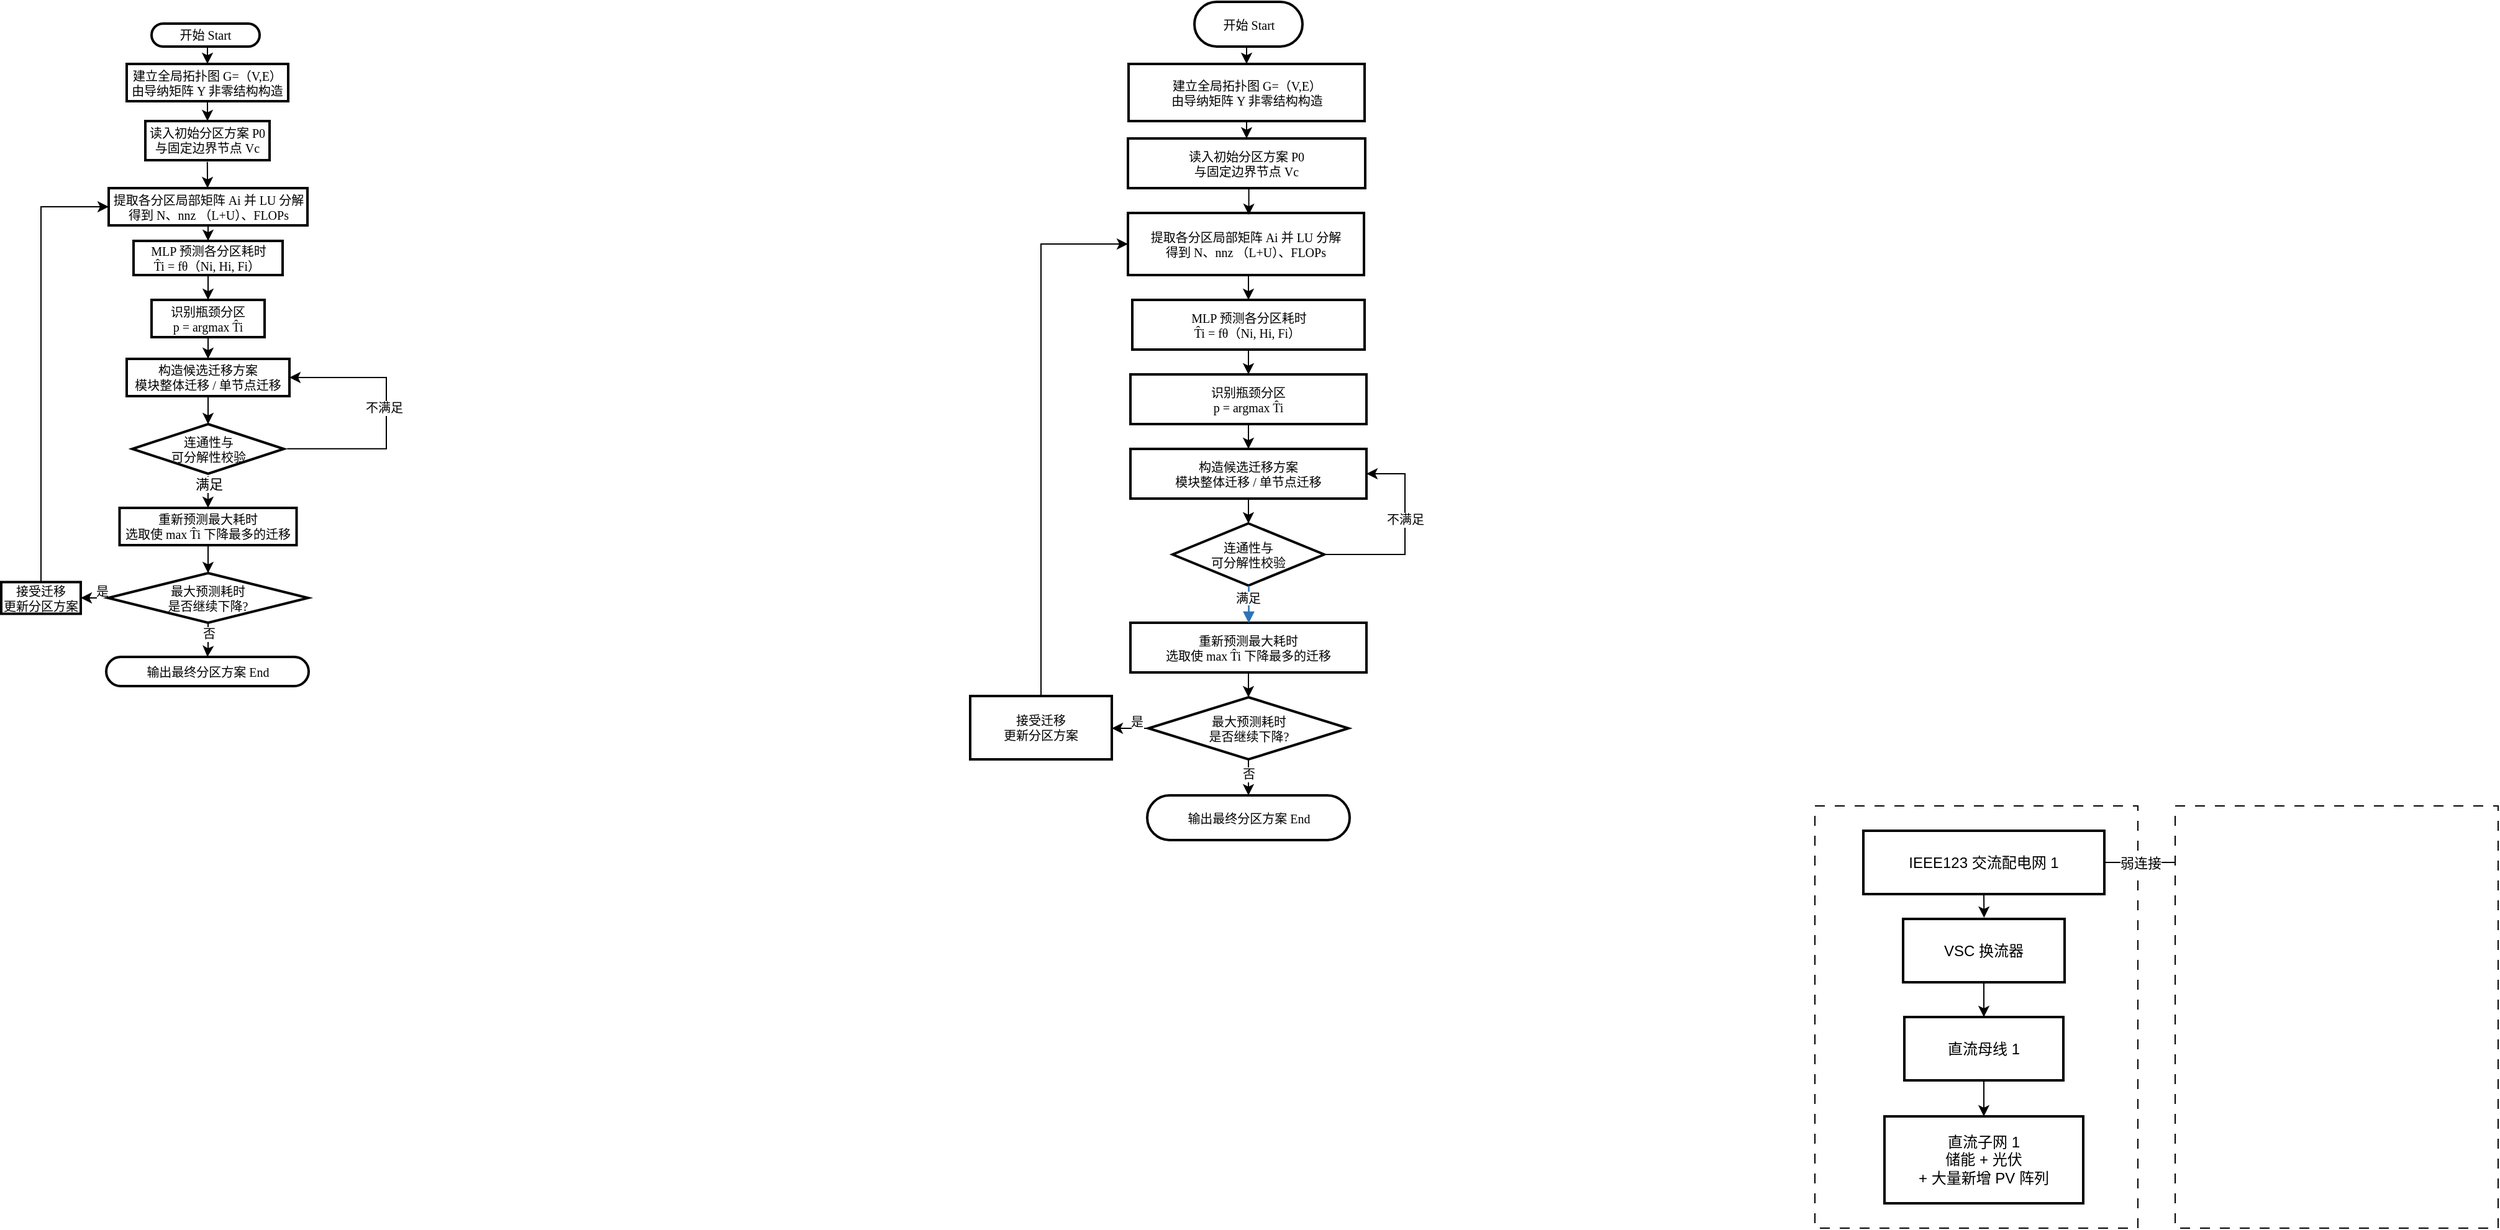
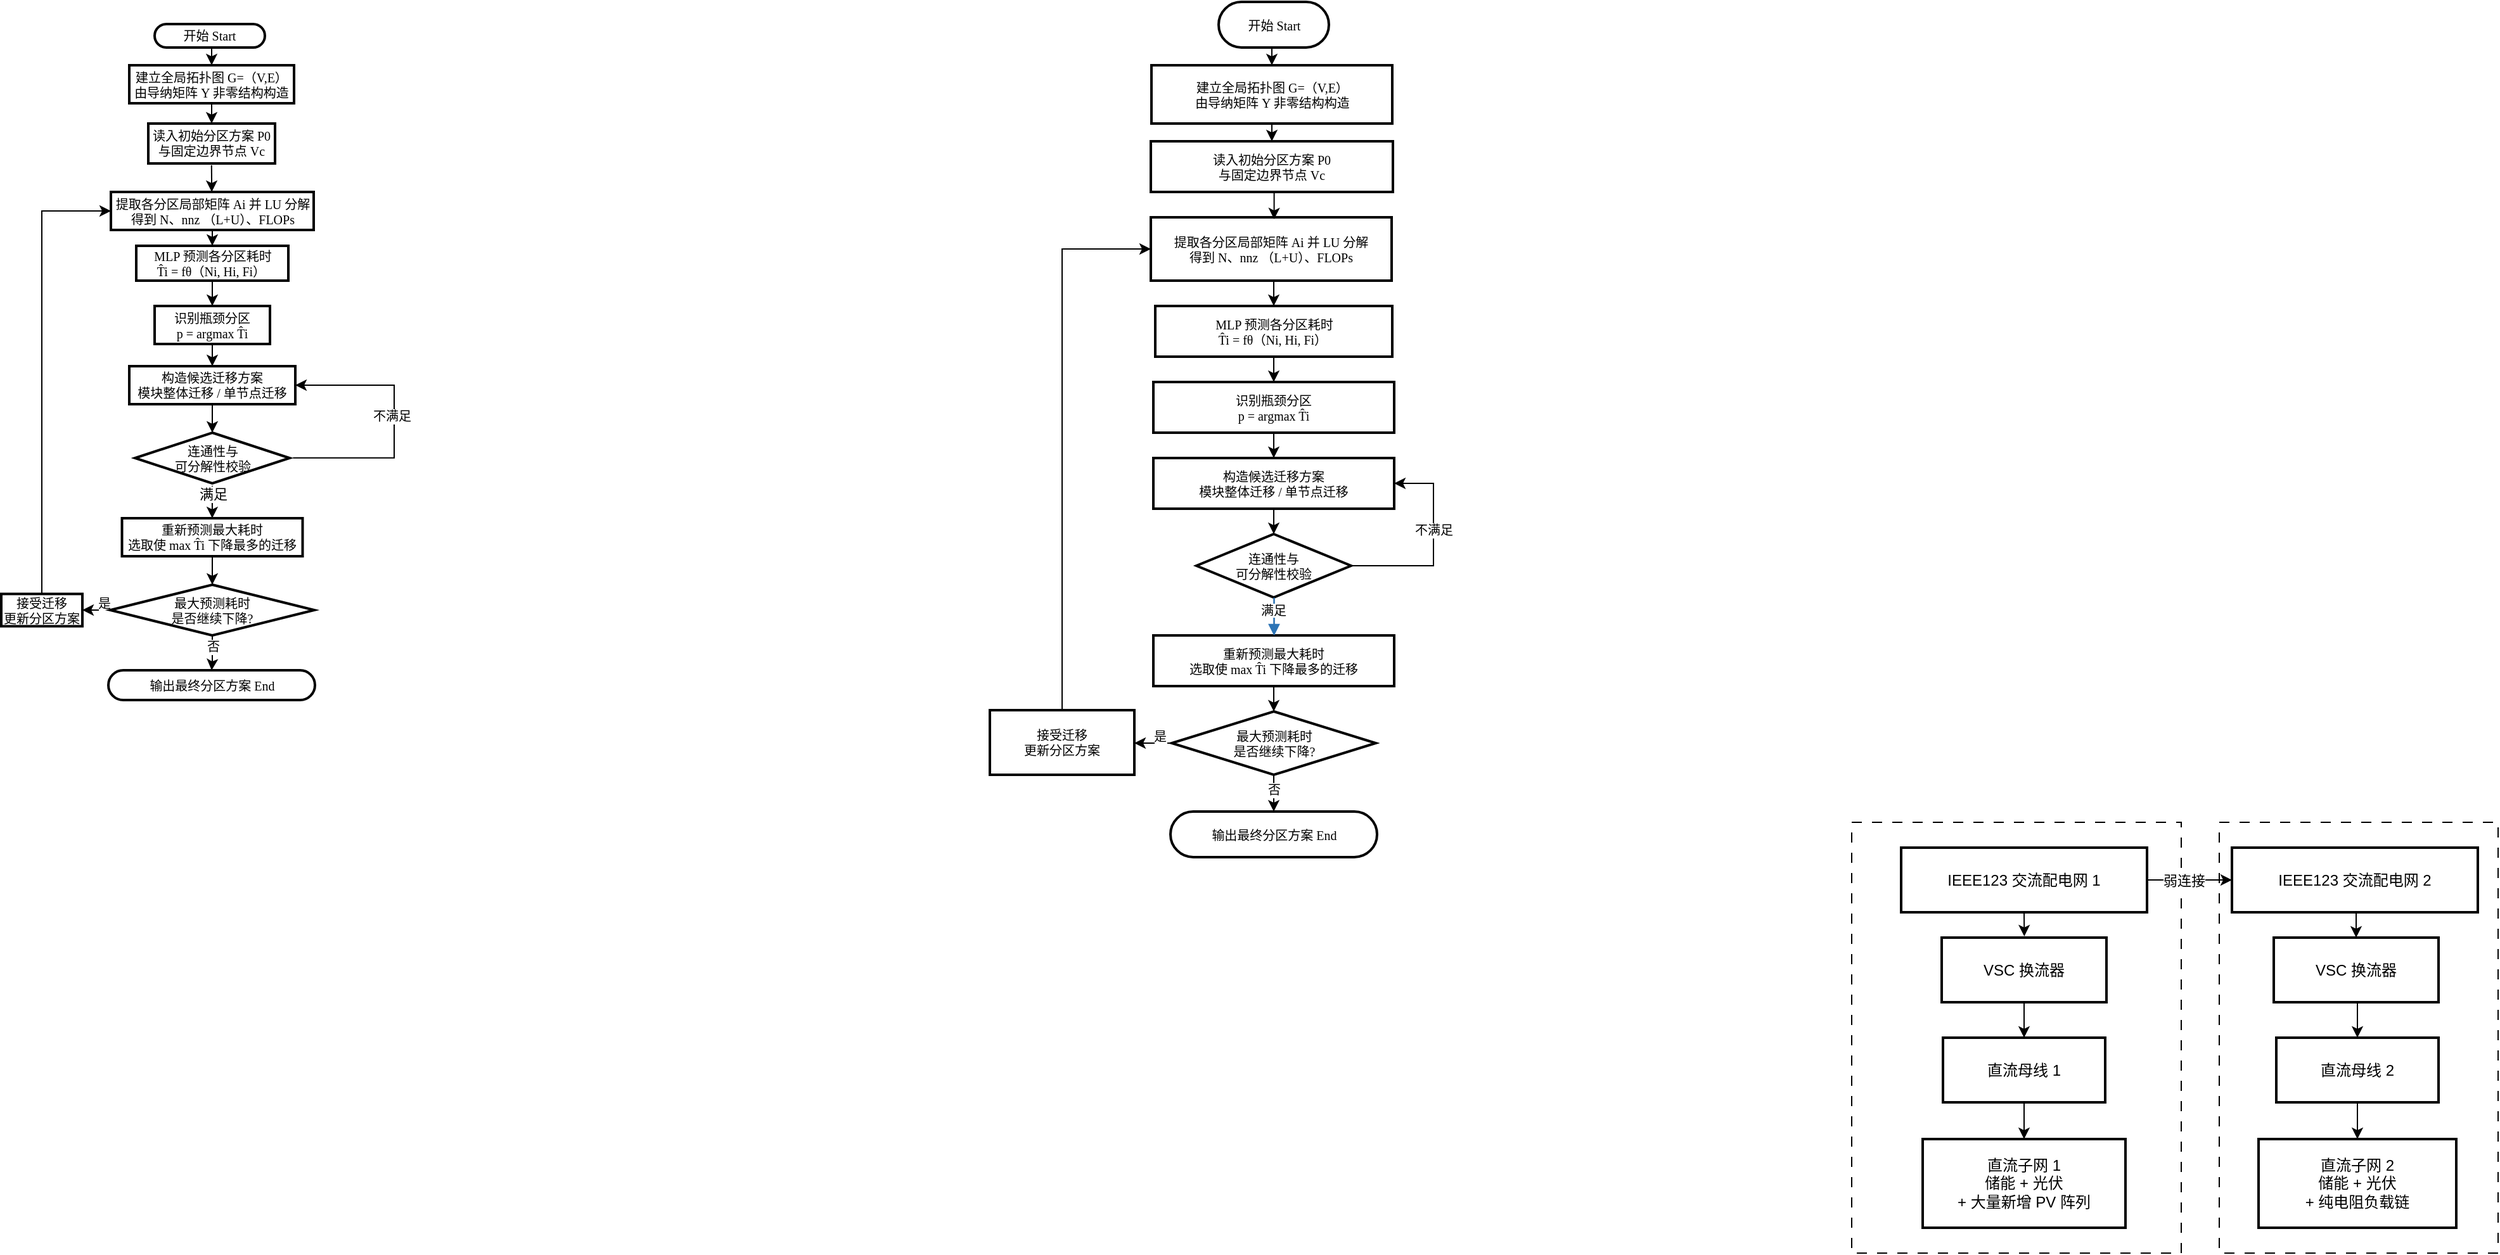
<mxfile host="app.diagrams.net">
  <diagram id="C5RBs43oDa-KdzZeNtuy" name="Page-1">
    <mxGraphModel dx="2480" dy="474" grid="1" gridSize="10" guides="1" tooltips="1" connect="1" arrows="0" fold="1" page="0" pageScale="1" pageWidth="827" pageHeight="1169" math="0" shadow="0">
      <root>
        <mxCell id="WIyWlLk6GJQsqaUBKTNV-0" />
        <mxCell id="WIyWlLk6GJQsqaUBKTNV-1" parent="WIyWlLk6GJQsqaUBKTNV-0" />
+         <mxCell id="Rnd2EKu7hbV3BZERFTsq-199" parent="WIyWlLk6GJQsqaUBKTNV-1" style="rounded=0;whiteSpace=wrap;html=1;dashed=1;dashPattern=8 8;" value="" vertex="1">
+           <mxGeometry height="340" width="220" x="320" y="950" as="geometry" />
+         </mxCell>
        <mxCell id="Rnd2EKu7hbV3BZERFTsq-198" parent="WIyWlLk6GJQsqaUBKTNV-1" style="rounded=0;whiteSpace=wrap;html=1;dashed=1;dashPattern=8 8;" value="" vertex="1">
          <mxGeometry height="340" width="260" x="30" y="950" as="geometry" />
        </mxCell>
        <mxCell id="Rnd2EKu7hbV3BZERFTsq-74" edge="1" parent="WIyWlLk6GJQsqaUBKTNV-1" source="Rnd2EKu7hbV3BZERFTsq-25" style="edgeStyle=orthogonalEdgeStyle;rounded=0;orthogonalLoop=1;jettySize=auto;html=1;exitX=0.5;exitY=1;exitDx=0;exitDy=0;entryX=0.5;entryY=0;entryDx=0;entryDy=0;fontSize=10;fontFamily=Times New Roman;labelBorderColor=none;" target="Rnd2EKu7hbV3BZERFTsq-26">
          <mxGeometry relative="1" as="geometry" />
        </mxCell>
        <mxCell id="Rnd2EKu7hbV3BZERFTsq-25" parent="WIyWlLk6GJQsqaUBKTNV-1" style="rounded=1;whiteSpace=wrap;arcSize=50;strokeWidth=2;fontFamily=Times New Roman;fillColor=none;fontSize=10;labelBorderColor=none;align=center;" value="开始 Start" vertex="1">
          <mxGeometry height="18.5" width="87" x="-1309" y="320" as="geometry" />
        </mxCell>
        <mxCell id="Rnd2EKu7hbV3BZERFTsq-77" edge="1" parent="WIyWlLk6GJQsqaUBKTNV-1" source="Rnd2EKu7hbV3BZERFTsq-26" style="edgeStyle=orthogonalEdgeStyle;rounded=0;orthogonalLoop=1;jettySize=auto;html=1;exitX=0.5;exitY=1;exitDx=0;exitDy=0;entryX=0.5;entryY=0;entryDx=0;entryDy=0;fontSize=10;fontFamily=Times New Roman;labelBorderColor=none;" target="Rnd2EKu7hbV3BZERFTsq-27">
          <mxGeometry relative="1" as="geometry" />
        </mxCell>
        <mxCell id="Rnd2EKu7hbV3BZERFTsq-26" parent="WIyWlLk6GJQsqaUBKTNV-1" style="whiteSpace=wrap;strokeWidth=2;fontFamily=Times New Roman;fontSize=10;labelBorderColor=none;align=center;" value="建立全局拓扑图 G=（V,E）&#xa;由导纳矩阵 Y 非零结构构造" vertex="1">
          <mxGeometry height="30" width="130" x="-1329" y="352.5" as="geometry" />
        </mxCell>
        <mxCell id="Rnd2EKu7hbV3BZERFTsq-27" parent="WIyWlLk6GJQsqaUBKTNV-1" style="whiteSpace=wrap;strokeWidth=2;fontFamily=Times New Roman;fontSize=10;labelBorderColor=none;align=center;" value="读入初始分区方案 P0&#xa;与固定边界节点 Vc" vertex="1">
          <mxGeometry height="31.5" width="100" x="-1314" y="398.5" as="geometry" />
        </mxCell>
        <mxCell id="Rnd2EKu7hbV3BZERFTsq-81" edge="1" parent="WIyWlLk6GJQsqaUBKTNV-1" source="Rnd2EKu7hbV3BZERFTsq-28" style="edgeStyle=orthogonalEdgeStyle;rounded=0;orthogonalLoop=1;jettySize=auto;html=1;exitX=0.5;exitY=1;exitDx=0;exitDy=0;entryX=0.5;entryY=0;entryDx=0;entryDy=0;fontSize=10;fontFamily=Times New Roman;labelBorderColor=none;" target="Rnd2EKu7hbV3BZERFTsq-29">
          <mxGeometry relative="1" as="geometry" />
        </mxCell>
        <mxCell id="Rnd2EKu7hbV3BZERFTsq-28" parent="WIyWlLk6GJQsqaUBKTNV-1" style="whiteSpace=wrap;strokeWidth=2;fontFamily=Times New Roman;fontSize=10;labelBorderColor=none;align=center;" value="提取各分区局部矩阵 Ai 并 LU 分解&#xa;得到 N、nnz （L+U）、FLOPs" vertex="1">
          <mxGeometry height="30" width="160" x="-1343.5" y="452.5" as="geometry" />
        </mxCell>
        <mxCell id="Rnd2EKu7hbV3BZERFTsq-53" edge="1" parent="WIyWlLk6GJQsqaUBKTNV-1" source="Rnd2EKu7hbV3BZERFTsq-29" style="edgeStyle=orthogonalEdgeStyle;rounded=0;orthogonalLoop=1;jettySize=auto;html=1;exitX=0.5;exitY=1;exitDx=0;exitDy=0;entryX=0.5;entryY=0;entryDx=0;entryDy=0;fontSize=10;fontFamily=Times New Roman;labelBorderColor=none;" target="Rnd2EKu7hbV3BZERFTsq-30">
          <mxGeometry relative="1" as="geometry" />
        </mxCell>
        <mxCell id="Rnd2EKu7hbV3BZERFTsq-29" parent="WIyWlLk6GJQsqaUBKTNV-1" style="whiteSpace=wrap;strokeWidth=2;fontFamily=Times New Roman;fontSize=10;labelBorderColor=none;align=center;" value="MLP 预测各分区耗时&#xa;T̂i = fθ（Ni, Hi, Fi） " vertex="1">
          <mxGeometry height="27.5" width="120" x="-1323.5" y="495" as="geometry" />
        </mxCell>
        <mxCell id="Rnd2EKu7hbV3BZERFTsq-60" edge="1" parent="WIyWlLk6GJQsqaUBKTNV-1" source="Rnd2EKu7hbV3BZERFTsq-30" style="edgeStyle=orthogonalEdgeStyle;rounded=0;orthogonalLoop=1;jettySize=auto;html=1;exitX=0.5;exitY=1;exitDx=0;exitDy=0;entryX=0.5;entryY=0;entryDx=0;entryDy=0;fontSize=10;fontFamily=Times New Roman;labelBorderColor=none;" target="Rnd2EKu7hbV3BZERFTsq-31">
          <mxGeometry relative="1" as="geometry" />
        </mxCell>
        <mxCell id="Rnd2EKu7hbV3BZERFTsq-30" parent="WIyWlLk6GJQsqaUBKTNV-1" style="whiteSpace=wrap;strokeWidth=2;fontFamily=Times New Roman;fontSize=10;labelBorderColor=none;align=center;" value="识别瓶颈分区&#xa;p = argmax T̂i" vertex="1">
          <mxGeometry height="30" width="91" x="-1309" y="542.5" as="geometry" />
        </mxCell>
        <mxCell id="Rnd2EKu7hbV3BZERFTsq-83" edge="1" parent="WIyWlLk6GJQsqaUBKTNV-1" source="Rnd2EKu7hbV3BZERFTsq-31" style="edgeStyle=orthogonalEdgeStyle;rounded=0;orthogonalLoop=1;jettySize=auto;html=1;exitX=0.5;exitY=1;exitDx=0;exitDy=0;entryX=0.5;entryY=0;entryDx=0;entryDy=0;fontSize=10;fontFamily=Times New Roman;labelBorderColor=none;" target="Rnd2EKu7hbV3BZERFTsq-32">
          <mxGeometry relative="1" as="geometry" />
        </mxCell>
        <mxCell id="Rnd2EKu7hbV3BZERFTsq-31" parent="WIyWlLk6GJQsqaUBKTNV-1" style="whiteSpace=wrap;strokeWidth=2;fontFamily=Times New Roman;fontSize=10;labelBorderColor=none;align=center;" value="构造候选迁移方案&#xa;模块整体迁移 / 单节点迁移" vertex="1">
          <mxGeometry height="30" width="131" x="-1329" y="590" as="geometry" />
        </mxCell>
        <mxCell id="Rnd2EKu7hbV3BZERFTsq-62" edge="1" parent="WIyWlLk6GJQsqaUBKTNV-1" source="Rnd2EKu7hbV3BZERFTsq-32" style="edgeStyle=orthogonalEdgeStyle;rounded=0;orthogonalLoop=1;jettySize=auto;html=1;exitX=1.022;exitY=0.498;exitDx=0;exitDy=0;entryX=1;entryY=0.5;entryDx=0;entryDy=0;fontSize=10;fontFamily=Times New Roman;labelBorderColor=none;exitPerimeter=0;" target="Rnd2EKu7hbV3BZERFTsq-31">
          <mxGeometry relative="1" as="geometry">
            <Array as="points">
              <mxPoint x="-1120" y="662" />
              <mxPoint x="-1120" y="605" />
            </Array>
            <mxPoint x="-1198.982" y="662.5" as="sourcePoint" />
            <mxPoint x="-1196.8" y="613.6" as="targetPoint" />
          </mxGeometry>
        </mxCell>
        <mxCell id="Rnd2EKu7hbV3BZERFTsq-63" connectable="0" parent="Rnd2EKu7hbV3BZERFTsq-62" style="edgeLabel;html=1;align=center;verticalAlign=middle;resizable=0;points=[];fontSize=10;fontFamily=Times New Roman;labelBorderColor=none;" value="不满足" vertex="1">
          <mxGeometry relative="1" x="0.1893" y="-3" as="geometry">
            <mxPoint x="-5" y="15" as="offset" />
          </mxGeometry>
        </mxCell>
        <mxCell id="Rnd2EKu7hbV3BZERFTsq-32" parent="WIyWlLk6GJQsqaUBKTNV-1" style="rhombus;strokeWidth=2;whiteSpace=wrap;fontFamily=Times New Roman;fontSize=10;labelBorderColor=none;align=center;" value="连通性与&#xa;可分解性校验" vertex="1">
          <mxGeometry height="40" width="122" x="-1324.5" y="642.5" as="geometry" />
        </mxCell>
        <mxCell id="Rnd2EKu7hbV3BZERFTsq-85" edge="1" parent="WIyWlLk6GJQsqaUBKTNV-1" source="Rnd2EKu7hbV3BZERFTsq-33" style="edgeStyle=orthogonalEdgeStyle;rounded=0;orthogonalLoop=1;jettySize=auto;html=1;exitX=0.5;exitY=1;exitDx=0;exitDy=0;entryX=0.5;entryY=0;entryDx=0;entryDy=0;fontSize=10;fontFamily=Times New Roman;labelBorderColor=none;" target="Rnd2EKu7hbV3BZERFTsq-34">
          <mxGeometry relative="1" as="geometry" />
        </mxCell>
        <mxCell id="Rnd2EKu7hbV3BZERFTsq-33" parent="WIyWlLk6GJQsqaUBKTNV-1" style="whiteSpace=wrap;strokeWidth=2;fontFamily=Times New Roman;fontSize=10;labelBorderColor=none;align=center;" value="重新预测最大耗时&#xa;选取使 max T̂i 下降最多的迁移" vertex="1">
          <mxGeometry height="30" width="142.5" x="-1334.75" y="710" as="geometry" />
        </mxCell>
        <mxCell id="Rnd2EKu7hbV3BZERFTsq-57" edge="1" parent="WIyWlLk6GJQsqaUBKTNV-1" source="Rnd2EKu7hbV3BZERFTsq-34" style="edgeStyle=orthogonalEdgeStyle;rounded=0;orthogonalLoop=1;jettySize=auto;html=1;exitX=0.5;exitY=1;exitDx=0;exitDy=0;fontSize=10;fontFamily=Times New Roman;labelBorderColor=none;" target="Rnd2EKu7hbV3BZERFTsq-36">
          <mxGeometry relative="1" as="geometry" />
        </mxCell>
        <mxCell id="Rnd2EKu7hbV3BZERFTsq-65" connectable="0" parent="Rnd2EKu7hbV3BZERFTsq-57" style="edgeLabel;html=1;align=center;verticalAlign=middle;resizable=0;points=[];fontSize=10;fontFamily=Times New Roman;labelBorderColor=none;" value="否" vertex="1">
          <mxGeometry relative="1" x="-0.5098" y="-1" as="geometry">
            <mxPoint x="1" y="1" as="offset" />
          </mxGeometry>
        </mxCell>
        <mxCell id="Rnd2EKu7hbV3BZERFTsq-66" edge="1" parent="WIyWlLk6GJQsqaUBKTNV-1" source="Rnd2EKu7hbV3BZERFTsq-34" style="edgeStyle=orthogonalEdgeStyle;rounded=0;orthogonalLoop=1;jettySize=auto;html=1;exitX=0;exitY=0.5;exitDx=0;exitDy=0;entryX=1;entryY=0.5;entryDx=0;entryDy=0;fontSize=10;fontFamily=Times New Roman;labelBorderColor=none;" target="Rnd2EKu7hbV3BZERFTsq-35">
          <mxGeometry relative="1" as="geometry" />
        </mxCell>
        <mxCell id="Rnd2EKu7hbV3BZERFTsq-67" connectable="0" parent="Rnd2EKu7hbV3BZERFTsq-66" style="edgeLabel;html=1;align=center;verticalAlign=middle;resizable=0;points=[];fontSize=10;fontFamily=Times New Roman;labelBorderColor=none;" value="是" vertex="1">
          <mxGeometry relative="1" x="0.0617" y="-6" as="geometry">
            <mxPoint x="6" as="offset" />
          </mxGeometry>
        </mxCell>
        <mxCell id="Rnd2EKu7hbV3BZERFTsq-34" parent="WIyWlLk6GJQsqaUBKTNV-1" style="rhombus;strokeWidth=2;whiteSpace=wrap;fontFamily=Times New Roman;fontSize=10;labelBorderColor=none;align=center;" value="最大预测耗时&#xa;是否继续下降?" vertex="1">
          <mxGeometry height="40" width="161" x="-1344" y="762.5" as="geometry" />
        </mxCell>
        <mxCell id="Rnd2EKu7hbV3BZERFTsq-70" edge="1" parent="WIyWlLk6GJQsqaUBKTNV-1" source="Rnd2EKu7hbV3BZERFTsq-35" style="edgeStyle=orthogonalEdgeStyle;rounded=0;orthogonalLoop=1;jettySize=auto;html=1;exitX=0.5;exitY=0;exitDx=0;exitDy=0;entryX=0;entryY=0.5;entryDx=0;entryDy=0;fontSize=10;fontFamily=Times New Roman;labelBorderColor=none;" target="Rnd2EKu7hbV3BZERFTsq-28">
          <mxGeometry relative="1" as="geometry" />
        </mxCell>
        <mxCell id="Rnd2EKu7hbV3BZERFTsq-35" parent="WIyWlLk6GJQsqaUBKTNV-1" style="whiteSpace=wrap;strokeWidth=2;fontFamily=Times New Roman;fontSize=10;labelBorderColor=none;" value="接受迁移&#xa;更新分区方案" vertex="1">
          <mxGeometry height="25.5" width="64" x="-1430" y="769.75" as="geometry" />
        </mxCell>
        <mxCell id="Rnd2EKu7hbV3BZERFTsq-36" parent="WIyWlLk6GJQsqaUBKTNV-1" style="rounded=1;whiteSpace=wrap;arcSize=50;strokeWidth=2;fontFamily=Times New Roman;fontSize=10;labelBorderColor=none;align=center;" value="输出最终分区方案 End" vertex="1">
          <mxGeometry height="23.5" width="163" x="-1345.5" y="830" as="geometry" />
        </mxCell>
        <mxCell id="Rnd2EKu7hbV3BZERFTsq-69" edge="1" parent="WIyWlLk6GJQsqaUBKTNV-1" source="Rnd2EKu7hbV3BZERFTsq-32" style="edgeStyle=orthogonalEdgeStyle;rounded=0;orthogonalLoop=1;jettySize=auto;html=1;exitX=0.5;exitY=1;exitDx=0;exitDy=0;fontSize=10;fontFamily=Times New Roman;labelBorderColor=none;" target="Rnd2EKu7hbV3BZERFTsq-32">
          <mxGeometry relative="1" as="geometry" />
        </mxCell>
        <mxCell id="Rnd2EKu7hbV3BZERFTsq-123" edge="1" parent="WIyWlLk6GJQsqaUBKTNV-1" source="Rnd2EKu7hbV3BZERFTsq-124" style="edgeStyle=orthogonalEdgeStyle;rounded=0;orthogonalLoop=1;jettySize=auto;html=1;exitX=0.5;exitY=1;exitDx=0;exitDy=0;entryX=0.5;entryY=0;entryDx=0;entryDy=0;fontSize=10;fontFamily=Times New Roman;labelBorderColor=none;" target="Rnd2EKu7hbV3BZERFTsq-126">
          <mxGeometry relative="1" as="geometry" />
        </mxCell>
        <mxCell id="Rnd2EKu7hbV3BZERFTsq-124" parent="WIyWlLk6GJQsqaUBKTNV-1" style="rounded=1;whiteSpace=wrap;arcSize=50;strokeWidth=2;fontFamily=Times New Roman;fillColor=none;fontSize=10;labelBorderColor=none;" value="开始 Start" vertex="1">
          <mxGeometry height="36" width="87" x="-469.5" y="302.5" as="geometry" />
        </mxCell>
        <mxCell id="Rnd2EKu7hbV3BZERFTsq-125" edge="1" parent="WIyWlLk6GJQsqaUBKTNV-1" source="Rnd2EKu7hbV3BZERFTsq-126" style="edgeStyle=orthogonalEdgeStyle;rounded=0;orthogonalLoop=1;jettySize=auto;html=1;exitX=0.5;exitY=1;exitDx=0;exitDy=0;entryX=0.5;entryY=0;entryDx=0;entryDy=0;fontSize=10;fontFamily=Times New Roman;labelBorderColor=none;" target="Rnd2EKu7hbV3BZERFTsq-127">
          <mxGeometry relative="1" as="geometry" />
        </mxCell>
        <mxCell id="Rnd2EKu7hbV3BZERFTsq-126" parent="WIyWlLk6GJQsqaUBKTNV-1" style="whiteSpace=wrap;strokeWidth=2;fontFamily=Times New Roman;fontSize=10;labelBorderColor=none;" value="建立全局拓扑图 G=（V,E）&#xa;由导纳矩阵 Y 非零结构构造" vertex="1">
          <mxGeometry height="46" width="190" x="-522.5" y="352.5" as="geometry" />
        </mxCell>
        <mxCell id="Rnd2EKu7hbV3BZERFTsq-127" parent="WIyWlLk6GJQsqaUBKTNV-1" style="whiteSpace=wrap;strokeWidth=2;fontFamily=Times New Roman;fontSize=10;labelBorderColor=none;" value="读入初始分区方案 P0&#xa;与固定边界节点 Vc" vertex="1">
          <mxGeometry height="40" width="191" x="-523" y="412.5" as="geometry" />
        </mxCell>
        <mxCell id="Rnd2EKu7hbV3BZERFTsq-128" edge="1" parent="WIyWlLk6GJQsqaUBKTNV-1" source="Rnd2EKu7hbV3BZERFTsq-129" style="edgeStyle=orthogonalEdgeStyle;rounded=0;orthogonalLoop=1;jettySize=auto;html=1;exitX=0.5;exitY=1;exitDx=0;exitDy=0;entryX=0.5;entryY=0;entryDx=0;entryDy=0;fontSize=10;fontFamily=Times New Roman;labelBorderColor=none;" target="Rnd2EKu7hbV3BZERFTsq-131">
          <mxGeometry relative="1" as="geometry" />
        </mxCell>
        <mxCell id="Rnd2EKu7hbV3BZERFTsq-129" parent="WIyWlLk6GJQsqaUBKTNV-1" style="whiteSpace=wrap;strokeWidth=2;fontFamily=Times New Roman;fontSize=10;labelBorderColor=none;" value="提取各分区局部矩阵 Ai 并 LU 分解&#xa;得到 N、nnz （L+U）、FLOPs" vertex="1">
          <mxGeometry height="50" width="190" x="-523" y="472.5" as="geometry" />
        </mxCell>
        <mxCell id="Rnd2EKu7hbV3BZERFTsq-130" edge="1" parent="WIyWlLk6GJQsqaUBKTNV-1" source="Rnd2EKu7hbV3BZERFTsq-131" style="edgeStyle=orthogonalEdgeStyle;rounded=0;orthogonalLoop=1;jettySize=auto;html=1;exitX=0.5;exitY=1;exitDx=0;exitDy=0;entryX=0.5;entryY=0;entryDx=0;entryDy=0;fontSize=10;fontFamily=Times New Roman;labelBorderColor=none;" target="Rnd2EKu7hbV3BZERFTsq-133">
          <mxGeometry relative="1" as="geometry" />
        </mxCell>
        <mxCell id="Rnd2EKu7hbV3BZERFTsq-131" parent="WIyWlLk6GJQsqaUBKTNV-1" style="whiteSpace=wrap;strokeWidth=2;fontFamily=Times New Roman;fontSize=10;labelBorderColor=none;" value="MLP 预测各分区耗时&#xa;T̂i = fθ（Ni, Hi, Fi） " vertex="1">
          <mxGeometry height="40" width="187" x="-519.5" y="542.5" as="geometry" />
        </mxCell>
        <mxCell id="Rnd2EKu7hbV3BZERFTsq-132" edge="1" parent="WIyWlLk6GJQsqaUBKTNV-1" source="Rnd2EKu7hbV3BZERFTsq-133" style="edgeStyle=orthogonalEdgeStyle;rounded=0;orthogonalLoop=1;jettySize=auto;html=1;exitX=0.5;exitY=1;exitDx=0;exitDy=0;entryX=0.5;entryY=0;entryDx=0;entryDy=0;fontSize=10;fontFamily=Times New Roman;labelBorderColor=none;" target="Rnd2EKu7hbV3BZERFTsq-135">
          <mxGeometry relative="1" as="geometry" />
        </mxCell>
        <mxCell id="Rnd2EKu7hbV3BZERFTsq-133" parent="WIyWlLk6GJQsqaUBKTNV-1" style="whiteSpace=wrap;strokeWidth=2;fontFamily=Times New Roman;fontSize=10;labelBorderColor=none;" value="识别瓶颈分区&#xa;p = argmax T̂i" vertex="1">
          <mxGeometry height="40" width="190" x="-521" y="602.5" as="geometry" />
        </mxCell>
        <mxCell id="Rnd2EKu7hbV3BZERFTsq-134" edge="1" parent="WIyWlLk6GJQsqaUBKTNV-1" source="Rnd2EKu7hbV3BZERFTsq-135" style="edgeStyle=orthogonalEdgeStyle;rounded=0;orthogonalLoop=1;jettySize=auto;html=1;exitX=0.5;exitY=1;exitDx=0;exitDy=0;entryX=0.5;entryY=0;entryDx=0;entryDy=0;fontSize=10;fontFamily=Times New Roman;labelBorderColor=none;" target="Rnd2EKu7hbV3BZERFTsq-138">
          <mxGeometry relative="1" as="geometry" />
        </mxCell>
        <mxCell id="Rnd2EKu7hbV3BZERFTsq-135" parent="WIyWlLk6GJQsqaUBKTNV-1" style="whiteSpace=wrap;strokeWidth=2;fontFamily=Times New Roman;fontSize=10;labelBorderColor=none;" value="构造候选迁移方案&#xa;模块整体迁移 / 单节点迁移" vertex="1">
          <mxGeometry height="40" width="190" x="-521" y="662.5" as="geometry" />
        </mxCell>
        <mxCell id="Rnd2EKu7hbV3BZERFTsq-136" edge="1" parent="WIyWlLk6GJQsqaUBKTNV-1" source="Rnd2EKu7hbV3BZERFTsq-138" style="edgeStyle=orthogonalEdgeStyle;rounded=0;orthogonalLoop=1;jettySize=auto;html=1;exitX=1;exitY=0.5;exitDx=0;exitDy=0;entryX=1;entryY=0.5;entryDx=0;entryDy=0;fontSize=10;fontFamily=Times New Roman;labelBorderColor=none;" target="Rnd2EKu7hbV3BZERFTsq-135">
          <mxGeometry relative="1" as="geometry">
            <Array as="points">
              <mxPoint x="-300" y="747.5" />
              <mxPoint x="-300" y="682.5" />
            </Array>
          </mxGeometry>
        </mxCell>
        <mxCell id="Rnd2EKu7hbV3BZERFTsq-137" connectable="0" parent="Rnd2EKu7hbV3BZERFTsq-136" style="edgeLabel;html=1;align=center;verticalAlign=middle;resizable=0;points=[];fontSize=10;fontFamily=Times New Roman;labelBorderColor=none;" value="不满足" vertex="1">
          <mxGeometry relative="1" x="0.1893" y="-3" as="geometry">
            <mxPoint x="-3" y="2" as="offset" />
          </mxGeometry>
        </mxCell>
        <mxCell id="Rnd2EKu7hbV3BZERFTsq-138" parent="WIyWlLk6GJQsqaUBKTNV-1" style="rhombus;strokeWidth=2;whiteSpace=wrap;fontFamily=Times New Roman;fontSize=10;labelBorderColor=none;" value="连通性与&#xa;可分解性校验" vertex="1">
          <mxGeometry height="50" width="122" x="-487" y="722.5" as="geometry" />
        </mxCell>
        <mxCell id="Rnd2EKu7hbV3BZERFTsq-139" edge="1" parent="WIyWlLk6GJQsqaUBKTNV-1" source="Rnd2EKu7hbV3BZERFTsq-140" style="edgeStyle=orthogonalEdgeStyle;rounded=0;orthogonalLoop=1;jettySize=auto;html=1;exitX=0.5;exitY=1;exitDx=0;exitDy=0;entryX=0.5;entryY=0;entryDx=0;entryDy=0;fontSize=10;fontFamily=Times New Roman;labelBorderColor=none;" target="Rnd2EKu7hbV3BZERFTsq-145">
          <mxGeometry relative="1" as="geometry" />
        </mxCell>
        <mxCell id="Rnd2EKu7hbV3BZERFTsq-140" parent="WIyWlLk6GJQsqaUBKTNV-1" style="whiteSpace=wrap;strokeWidth=2;fontFamily=Times New Roman;fontSize=10;labelBorderColor=none;" value="重新预测最大耗时&#xa;选取使 max T̂i 下降最多的迁移" vertex="1">
          <mxGeometry height="40" width="190" x="-521" y="802.5" as="geometry" />
        </mxCell>
        <mxCell id="Rnd2EKu7hbV3BZERFTsq-141" edge="1" parent="WIyWlLk6GJQsqaUBKTNV-1" source="Rnd2EKu7hbV3BZERFTsq-145" style="edgeStyle=orthogonalEdgeStyle;rounded=0;orthogonalLoop=1;jettySize=auto;html=1;exitX=0.5;exitY=1;exitDx=0;exitDy=0;fontSize=10;fontFamily=Times New Roman;labelBorderColor=none;" target="Rnd2EKu7hbV3BZERFTsq-148">
          <mxGeometry relative="1" as="geometry" />
        </mxCell>
        <mxCell id="Rnd2EKu7hbV3BZERFTsq-142" connectable="0" parent="Rnd2EKu7hbV3BZERFTsq-141" style="edgeLabel;html=1;align=center;verticalAlign=middle;resizable=0;points=[];fontSize=10;fontFamily=Times New Roman;labelBorderColor=none;" value="否" vertex="1">
          <mxGeometry relative="1" x="-0.5098" y="-1" as="geometry">
            <mxPoint x="1" y="-1" as="offset" />
          </mxGeometry>
        </mxCell>
        <mxCell id="Rnd2EKu7hbV3BZERFTsq-143" edge="1" parent="WIyWlLk6GJQsqaUBKTNV-1" source="Rnd2EKu7hbV3BZERFTsq-145" style="edgeStyle=orthogonalEdgeStyle;rounded=0;orthogonalLoop=1;jettySize=auto;html=1;exitX=0;exitY=0.5;exitDx=0;exitDy=0;entryX=1;entryY=0.5;entryDx=0;entryDy=0;fontSize=10;fontFamily=Times New Roman;labelBorderColor=none;" target="Rnd2EKu7hbV3BZERFTsq-147">
          <mxGeometry relative="1" as="geometry" />
        </mxCell>
        <mxCell id="Rnd2EKu7hbV3BZERFTsq-144" connectable="0" parent="Rnd2EKu7hbV3BZERFTsq-143" style="edgeLabel;html=1;align=center;verticalAlign=middle;resizable=0;points=[];fontSize=10;fontFamily=Times New Roman;labelBorderColor=none;" value="是" vertex="1">
          <mxGeometry relative="1" x="0.0617" y="-6" as="geometry">
            <mxPoint x="6" as="offset" />
          </mxGeometry>
        </mxCell>
        <mxCell id="Rnd2EKu7hbV3BZERFTsq-145" parent="WIyWlLk6GJQsqaUBKTNV-1" style="rhombus;strokeWidth=2;whiteSpace=wrap;fontFamily=Times New Roman;fontSize=10;labelBorderColor=none;" value="最大预测耗时&#xa;是否继续下降?" vertex="1">
          <mxGeometry height="50" width="161" x="-506.5" y="862.5" as="geometry" />
        </mxCell>
        <mxCell id="Rnd2EKu7hbV3BZERFTsq-146" edge="1" parent="WIyWlLk6GJQsqaUBKTNV-1" source="Rnd2EKu7hbV3BZERFTsq-147" style="edgeStyle=orthogonalEdgeStyle;rounded=0;orthogonalLoop=1;jettySize=auto;html=1;exitX=0.5;exitY=0;exitDx=0;exitDy=0;entryX=0;entryY=0.5;entryDx=0;entryDy=0;fontSize=10;fontFamily=Times New Roman;labelBorderColor=none;" target="Rnd2EKu7hbV3BZERFTsq-129">
          <mxGeometry relative="1" as="geometry" />
        </mxCell>
        <mxCell id="Rnd2EKu7hbV3BZERFTsq-147" parent="WIyWlLk6GJQsqaUBKTNV-1" style="whiteSpace=wrap;strokeWidth=2;fontFamily=Times New Roman;fontSize=10;labelBorderColor=none;" value="接受迁移&#xa;更新分区方案" vertex="1">
          <mxGeometry height="51" width="114" x="-650" y="861.5" as="geometry" />
        </mxCell>
        <mxCell id="Rnd2EKu7hbV3BZERFTsq-148" parent="WIyWlLk6GJQsqaUBKTNV-1" style="rounded=1;whiteSpace=wrap;arcSize=50;strokeWidth=2;fontFamily=Times New Roman;fontSize=10;labelBorderColor=none;" value="输出最终分区方案 End" vertex="1">
          <mxGeometry height="36" width="163" x="-507.5" y="941.5" as="geometry" />
        </mxCell>
        <mxCell id="Rnd2EKu7hbV3BZERFTsq-149" edge="1" parent="WIyWlLk6GJQsqaUBKTNV-1" source="Rnd2EKu7hbV3BZERFTsq-138" style="curved=1;startArrow=none;endArrow=block;strokeColor=#2E75B6;strokeWidth=1.3;;exitX=0.5;exitY=1;entryX=0.5;entryY=0;rounded=0;fontFamily=Times New Roman;fontSize=10;labelBorderColor=none;" target="Rnd2EKu7hbV3BZERFTsq-140" value="满足">
          <mxGeometry relative="1" x="-0.3335" as="geometry">
            <mxPoint as="offset" />
            <Array as="points" />
          </mxGeometry>
        </mxCell>
        <mxCell id="Rnd2EKu7hbV3BZERFTsq-150" edge="1" parent="WIyWlLk6GJQsqaUBKTNV-1" source="Rnd2EKu7hbV3BZERFTsq-138" style="edgeStyle=orthogonalEdgeStyle;rounded=0;orthogonalLoop=1;jettySize=auto;html=1;exitX=0.5;exitY=1;exitDx=0;exitDy=0;fontSize=10;fontFamily=Times New Roman;labelBorderColor=none;" target="Rnd2EKu7hbV3BZERFTsq-138">
          <mxGeometry relative="1" as="geometry" />
        </mxCell>
        <mxCell id="Rnd2EKu7hbV3BZERFTsq-151" edge="1" parent="WIyWlLk6GJQsqaUBKTNV-1" source="Rnd2EKu7hbV3BZERFTsq-127" style="edgeStyle=orthogonalEdgeStyle;rounded=0;orthogonalLoop=1;jettySize=auto;html=1;exitX=0.5;exitY=1;exitDx=0;exitDy=0;entryX=0.512;entryY=0.031;entryDx=0;entryDy=0;entryPerimeter=0;fontSize=10;fontFamily=Times New Roman;labelBorderColor=none;" target="Rnd2EKu7hbV3BZERFTsq-129">
          <mxGeometry relative="1" as="geometry" />
        </mxCell>
        <mxCell id="Rnd2EKu7hbV3BZERFTsq-166" edge="1" parent="WIyWlLk6GJQsqaUBKTNV-1" style="edgeStyle=orthogonalEdgeStyle;rounded=0;orthogonalLoop=1;jettySize=auto;html=1;entryX=0.498;entryY=-0.047;entryDx=0;entryDy=0;entryPerimeter=0;">
          <mxGeometry relative="1" as="geometry">
            <mxPoint x="-1264.1" y="431.4100000000001" as="sourcePoint" />
            <mxPoint x="-1263.9199999999998" y="452.50000000000006" as="targetPoint" />
          </mxGeometry>
        </mxCell>
        <mxCell id="Rnd2EKu7hbV3BZERFTsq-167" edge="1" parent="WIyWlLk6GJQsqaUBKTNV-1" style="edgeStyle=orthogonalEdgeStyle;rounded=0;orthogonalLoop=1;jettySize=auto;html=1;exitX=0.5;exitY=1;exitDx=0;exitDy=0;entryX=0.5;entryY=-0.064;entryDx=0;entryDy=0;entryPerimeter=0;">
          <mxGeometry relative="1" as="geometry">
            <mxPoint x="-1263.54" y="684.42" as="sourcePoint" />
            <mxPoint x="-1263.54" y="710" as="targetPoint" />
          </mxGeometry>
        </mxCell>
        <mxCell id="Rnd2EKu7hbV3BZERFTsq-168" connectable="0" parent="Rnd2EKu7hbV3BZERFTsq-167" style="edgeLabel;html=1;align=center;verticalAlign=middle;resizable=0;points=[];" value="满足" vertex="1">
          <mxGeometry relative="1" x="-0.5061" as="geometry">
            <mxPoint as="offset" />
          </mxGeometry>
        </mxCell>
        <mxCell id="Rnd2EKu7hbV3BZERFTsq-185" edge="1" parent="WIyWlLk6GJQsqaUBKTNV-1" source="Rnd2EKu7hbV3BZERFTsq-169" style="edgeStyle=orthogonalEdgeStyle;rounded=0;orthogonalLoop=1;jettySize=auto;html=1;exitX=1;exitY=0.5;exitDx=0;exitDy=0;entryX=0;entryY=0.5;entryDx=0;entryDy=0;" target="Rnd2EKu7hbV3BZERFTsq-170">
          <mxGeometry relative="1" as="geometry" />
        </mxCell>
        <mxCell id="Rnd2EKu7hbV3BZERFTsq-186" connectable="0" parent="Rnd2EKu7hbV3BZERFTsq-185" style="edgeLabel;html=1;align=center;verticalAlign=middle;resizable=0;points=[];" value="弱连接" vertex="1">
          <mxGeometry relative="1" x="-0.1415" as="geometry">
            <mxPoint as="offset" />
          </mxGeometry>
        </mxCell>
        <mxCell id="Rnd2EKu7hbV3BZERFTsq-190" edge="1" parent="WIyWlLk6GJQsqaUBKTNV-1" source="Rnd2EKu7hbV3BZERFTsq-169" style="edgeStyle=orthogonalEdgeStyle;rounded=0;orthogonalLoop=1;jettySize=auto;html=1;exitX=0.5;exitY=1;exitDx=0;exitDy=0;">
          <mxGeometry relative="1" as="geometry">
            <mxPoint x="166.17647058823513" y="1040" as="targetPoint" />
          </mxGeometry>
        </mxCell>
        <mxCell id="Rnd2EKu7hbV3BZERFTsq-169" parent="WIyWlLk6GJQsqaUBKTNV-1" style="whiteSpace=wrap;strokeWidth=2;fontFamily=Helvetica;" value="IEEE123 交流配电网 1" vertex="1">
          <mxGeometry height="51" width="194" x="69" y="970" as="geometry" />
        </mxCell>
        <mxCell id="Rnd2EKu7hbV3BZERFTsq-193" edge="1" parent="WIyWlLk6GJQsqaUBKTNV-1" source="Rnd2EKu7hbV3BZERFTsq-170" style="edgeStyle=orthogonalEdgeStyle;rounded=0;orthogonalLoop=1;jettySize=auto;html=1;exitX=0.5;exitY=1;exitDx=0;exitDy=0;entryX=0.5;entryY=0;entryDx=0;entryDy=0;" target="Rnd2EKu7hbV3BZERFTsq-174">
          <mxGeometry relative="1" as="geometry" />
        </mxCell>
        <mxCell id="Rnd2EKu7hbV3BZERFTsq-170" parent="WIyWlLk6GJQsqaUBKTNV-1" style="whiteSpace=wrap;strokeWidth=2;fontFamily=Helvetica;align=center;" value="IEEE123 交流配电网 2" vertex="1">
          <mxGeometry height="51" width="194" x="330" y="970" as="geometry" />
        </mxCell>
        <mxCell id="Rnd2EKu7hbV3BZERFTsq-191" edge="1" parent="WIyWlLk6GJQsqaUBKTNV-1" source="Rnd2EKu7hbV3BZERFTsq-171" style="edgeStyle=orthogonalEdgeStyle;rounded=0;orthogonalLoop=1;jettySize=auto;html=1;exitX=0.5;exitY=1;exitDx=0;exitDy=0;entryX=0.5;entryY=0;entryDx=0;entryDy=0;" target="Rnd2EKu7hbV3BZERFTsq-172">
          <mxGeometry relative="1" as="geometry" />
        </mxCell>
        <mxCell id="Rnd2EKu7hbV3BZERFTsq-171" parent="WIyWlLk6GJQsqaUBKTNV-1" style="whiteSpace=wrap;strokeWidth=2;fontFamily=Helvetica;" value="VSC 换流器" vertex="1">
          <mxGeometry height="51" width="130" x="101" y="1041" as="geometry" />
        </mxCell>
        <mxCell id="Rnd2EKu7hbV3BZERFTsq-192" edge="1" parent="WIyWlLk6GJQsqaUBKTNV-1" source="Rnd2EKu7hbV3BZERFTsq-172" style="edgeStyle=orthogonalEdgeStyle;rounded=0;orthogonalLoop=1;jettySize=auto;html=1;exitX=0.5;exitY=1;exitDx=0;exitDy=0;entryX=0.5;entryY=0;entryDx=0;entryDy=0;" target="Rnd2EKu7hbV3BZERFTsq-173">
          <mxGeometry relative="1" as="geometry" />
        </mxCell>
        <mxCell id="Rnd2EKu7hbV3BZERFTsq-172" parent="WIyWlLk6GJQsqaUBKTNV-1" style="whiteSpace=wrap;strokeWidth=2;fontFamily=Helvetica;" value="直流母线 1" vertex="1">
          <mxGeometry height="51" width="128" x="102" y="1120" as="geometry" />
        </mxCell>
        <mxCell id="Rnd2EKu7hbV3BZERFTsq-173" parent="WIyWlLk6GJQsqaUBKTNV-1" style="whiteSpace=wrap;strokeWidth=2;fontFamily=Helvetica;" value="直流子网 1&#xa;储能 + 光伏&#xa;+ 大量新增 PV 阵列" vertex="1">
          <mxGeometry height="70" width="160" x="86" y="1200" as="geometry" />
        </mxCell>
        <mxCell id="Rnd2EKu7hbV3BZERFTsq-194" edge="1" parent="WIyWlLk6GJQsqaUBKTNV-1" source="Rnd2EKu7hbV3BZERFTsq-174" style="edgeStyle=orthogonalEdgeStyle;rounded=0;orthogonalLoop=1;jettySize=auto;html=1;exitX=0.5;exitY=1;exitDx=0;exitDy=0;entryX=0.5;entryY=0;entryDx=0;entryDy=0;" target="Rnd2EKu7hbV3BZERFTsq-175">
          <mxGeometry relative="1" as="geometry" />
        </mxCell>
        <mxCell id="Rnd2EKu7hbV3BZERFTsq-174" parent="WIyWlLk6GJQsqaUBKTNV-1" style="whiteSpace=wrap;strokeWidth=2;fontFamily=Helvetica;align=center;" value="VSC 换流器" vertex="1">
          <mxGeometry height="51" width="130" x="363" y="1041" as="geometry" />
        </mxCell>
        <mxCell id="Rnd2EKu7hbV3BZERFTsq-184" edge="1" parent="WIyWlLk6GJQsqaUBKTNV-1" source="Rnd2EKu7hbV3BZERFTsq-175" style="edgeStyle=orthogonalEdgeStyle;rounded=0;orthogonalLoop=1;jettySize=auto;html=1;exitX=0.5;exitY=0;exitDx=0;exitDy=0;">
          <mxGeometry relative="1" as="geometry">
            <mxPoint x="428.75" y="1130" as="targetPoint" />
          </mxGeometry>
        </mxCell>
        <mxCell id="Rnd2EKu7hbV3BZERFTsq-195" edge="1" parent="WIyWlLk6GJQsqaUBKTNV-1" source="Rnd2EKu7hbV3BZERFTsq-175" style="edgeStyle=orthogonalEdgeStyle;rounded=0;orthogonalLoop=1;jettySize=auto;html=1;exitX=0.5;exitY=1;exitDx=0;exitDy=0;entryX=0.5;entryY=0;entryDx=0;entryDy=0;" target="Rnd2EKu7hbV3BZERFTsq-176">
          <mxGeometry relative="1" as="geometry" />
        </mxCell>
        <mxCell id="Rnd2EKu7hbV3BZERFTsq-175" parent="WIyWlLk6GJQsqaUBKTNV-1" style="whiteSpace=wrap;strokeWidth=2;fontFamily=Helvetica;align=center;" value="直流母线 2" vertex="1">
          <mxGeometry height="51" width="128" x="365" y="1120" as="geometry" />
        </mxCell>
        <mxCell id="Rnd2EKu7hbV3BZERFTsq-176" parent="WIyWlLk6GJQsqaUBKTNV-1" style="whiteSpace=wrap;strokeWidth=2;fontFamily=Helvetica;align=center;" value="直流子网 2&#xa;储能 + 光伏&#xa;+ 纯电阻负载链" vertex="1">
          <mxGeometry height="70" width="156" x="351" y="1200" as="geometry" />
        </mxCell>
-         <mxCell id="Rnd2EKu7hbV3BZERFTsq-199" parent="WIyWlLk6GJQsqaUBKTNV-1" style="rounded=0;whiteSpace=wrap;html=1;dashed=1;dashPattern=8 8;" value="" vertex="1">
-           <mxGeometry height="340" width="260" x="320" y="950" as="geometry" />
-         </mxCell>
      </root>
    </mxGraphModel>
  </diagram>
</mxfile>
